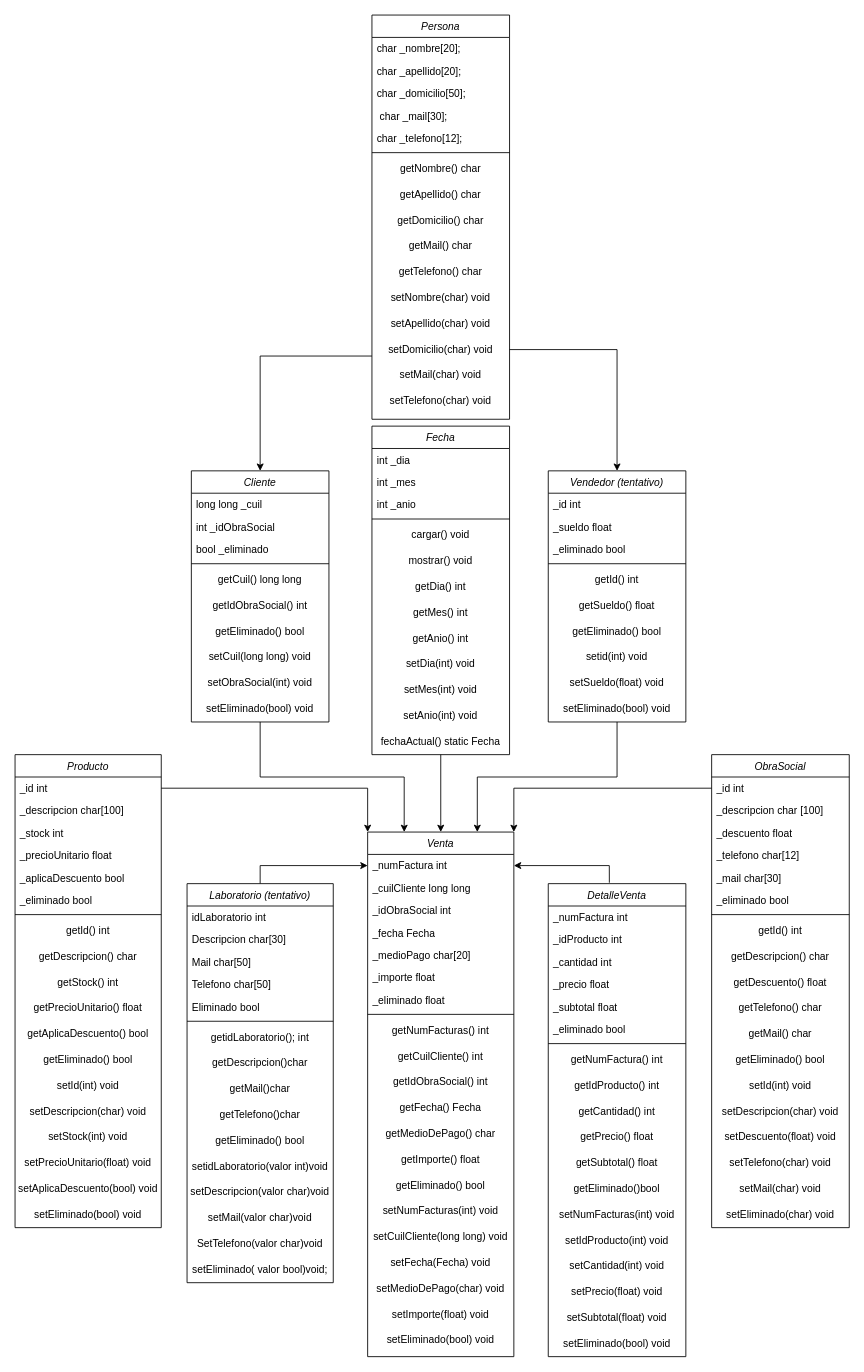
Before: DiagramaFarmaceutica.drawio in jiriberri/farmaceutica-utn, a draw.io diagram. Source tidied: cells renumbered, new cells numbered last; positions are measured from the earlier drawing's top-left corner, leaving out a move shared by most shapes. Both pictures are drawn from the tidied source at 86%, with x=0, y=0 at pixel (15, 15).
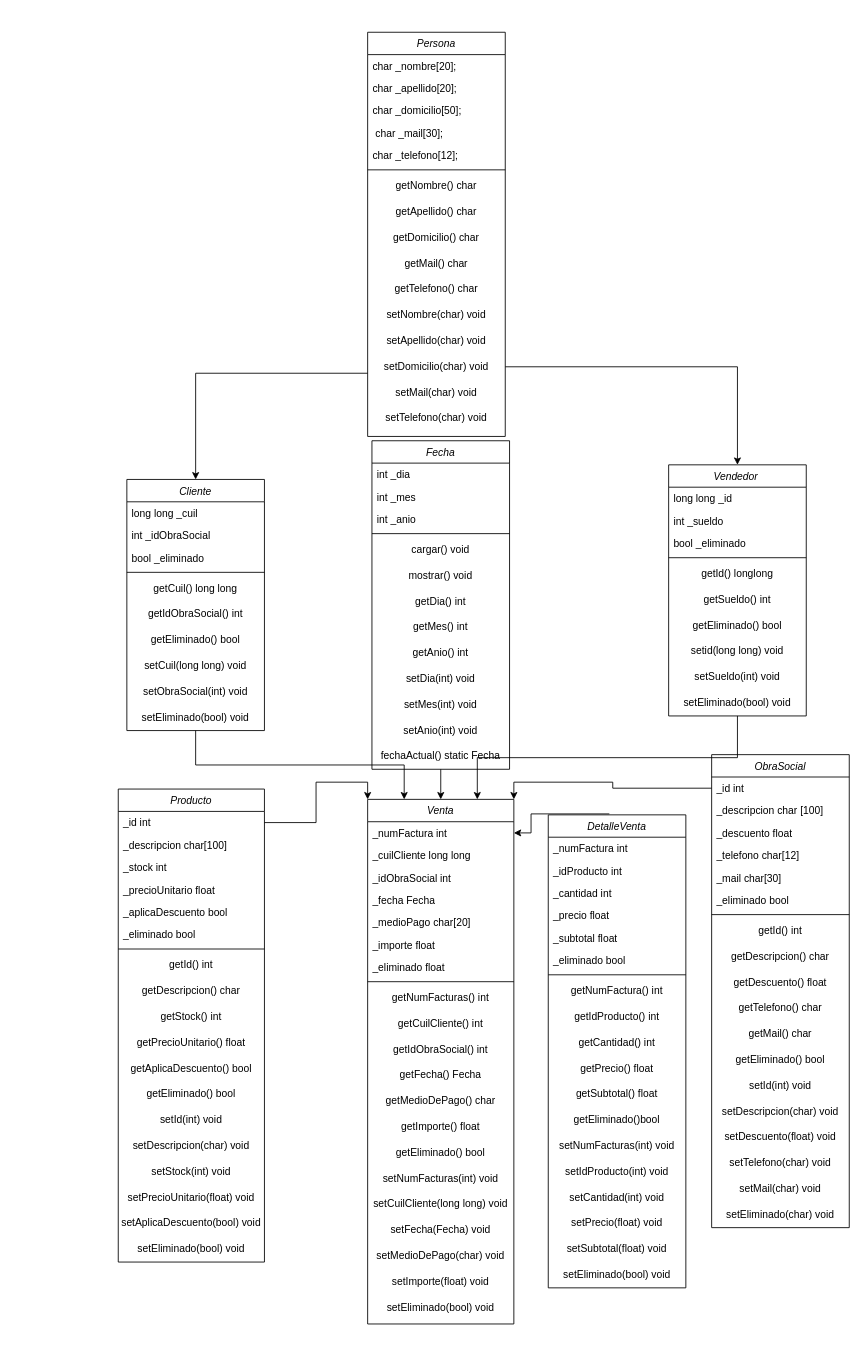
Above is the later version.

The change refers to these unchanged cells:
```xml
<mxCell id="121" value="_numFactura int" style="text;align=left;verticalAlign=top;spacingLeft=4;spacingRight=4;overflow=hidden;points=[[0,0.5],[1,0.5]];portConstraint=eastwest;rounded=0;shadow=0;html=0;" parent="120" vertex="1">
  <mxGeometry y="26" width="170" height="26" as="geometry" />
</mxCell>
```

The edit, as a diff of the source:
```diff
@@
     <mxCell id="2" value="Cliente" style="swimlane;fontStyle=2;align=center;verticalAlign=top;horizontal=1;startSize=26;rounded=0;shadow=0;strokeWidth=1;" parent="1" vertex="1">
-      <mxGeometry x="205" y="530" width="160" height="292" as="geometry" />
+      <mxGeometry x="130" y="540" width="160" height="292" as="geometry" />
     </mxCell>
@@
     <mxCell id="13" value="Persona" style="swimlane;fontStyle=2;align=center;verticalAlign=top;horizontal=1;startSize=26;rounded=0;shadow=0;strokeWidth=1;" parent="1" vertex="1">
-      <mxGeometry x="415" width="160" height="470" as="geometry" />
+      <mxGeometry x="410" y="20" width="160" height="470" as="geometry" />
     </mxCell>
@@
-    <mxCell id="50" value="Vendedor (tentativo)" style="swimlane;fontStyle=2;align=center;verticalAlign=top;horizontal=1;startSize=26;rounded=0;shadow=0;strokeWidth=1;" parent="1" vertex="1">
-      <mxGeometry x="620" y="530" width="160" height="292" as="geometry" />
+    <mxCell id="50" value="Vendedor " style="swimlane;fontStyle=2;align=center;verticalAlign=top;horizontal=1;startSize=26;rounded=0;shadow=0;strokeWidth=1;" parent="1" vertex="1">
+      <mxGeometry x="760" y="523" width="160" height="292" as="geometry" />
     </mxCell>
-    <mxCell id="51" value="_id int" style="text;align=left;verticalAlign=top;spacingLeft=4;spacingRight=4;overflow=hidden;rounded=0;shadow=0;html=0;" parent="50" vertex="1">
+    <mxCell id="51" value="long long _id" style="text;align=left;verticalAlign=top;spacingLeft=4;spacingRight=4;overflow=hidden;rounded=0;shadow=0;html=0;" parent="50" vertex="1">
       <mxGeometry y="26" width="160" height="26" as="geometry" />
     </mxCell>
-    <mxCell id="52" value="_sueldo float" style="text;align=left;verticalAlign=top;spacingLeft=4;spacingRight=4;overflow=hidden;rounded=0;shadow=0;html=0;" parent="50" vertex="1">
+    <mxCell id="52" value="int _sueldo " style="text;align=left;verticalAlign=top;spacingLeft=4;spacingRight=4;overflow=hidden;rounded=0;shadow=0;html=0;" parent="50" vertex="1">
       <mxGeometry y="52" width="160" height="26" as="geometry" />
     </mxCell>
-    <mxCell id="53" value="_eliminado bool" style="text;align=left;verticalAlign=top;spacingLeft=4;spacingRight=4;overflow=hidden;rounded=0;shadow=0;html=0;" parent="50" vertex="1">
+    <mxCell id="53" value="bool _eliminado " style="text;align=left;verticalAlign=top;spacingLeft=4;spacingRight=4;overflow=hidden;rounded=0;shadow=0;html=0;" parent="50" vertex="1">
       <mxGeometry y="78" width="160" height="26" as="geometry" />
     </mxCell>
@@
-    <mxCell id="55" value="getId() int" style="text;html=1;whiteSpace=wrap;strokeColor=none;fillColor=none;align=center;verticalAlign=middle;rounded=0;" parent="50" vertex="1">
+    <mxCell id="55" value="getId() longlong" style="text;html=1;whiteSpace=wrap;strokeColor=none;fillColor=none;align=center;verticalAlign=middle;rounded=0;" parent="50" vertex="1">
       <mxGeometry y="112" width="160" height="30" as="geometry" />
     </mxCell>
-    <mxCell id="56" value="getSueldo() float" style="text;html=1;whiteSpace=wrap;strokeColor=none;fillColor=none;align=center;verticalAlign=middle;rounded=0;" parent="50" vertex="1">
+    <mxCell id="56" value="getSueldo() int" style="text;html=1;whiteSpace=wrap;strokeColor=none;fillColor=none;align=center;verticalAlign=middle;rounded=0;" parent="50" vertex="1">
       <mxGeometry y="142" width="160" height="30" as="geometry" />
     </mxCell>
@@
-    <mxCell id="58" value="setid(int) void" style="text;html=1;whiteSpace=wrap;strokeColor=none;fillColor=none;align=center;verticalAlign=middle;rounded=0;" parent="50" vertex="1">
+    <mxCell id="58" value="setid(long long) void" style="text;html=1;whiteSpace=wrap;strokeColor=none;fillColor=none;align=center;verticalAlign=middle;rounded=0;" parent="50" vertex="1">
       <mxGeometry y="202" width="160" height="30" as="geometry" />
     </mxCell>
-    <mxCell id="59" value="setSueldo(float) void" style="text;html=1;whiteSpace=wrap;strokeColor=none;fillColor=none;align=center;verticalAlign=middle;rounded=0;" parent="50" vertex="1">
+    <mxCell id="59" value="setSueldo(int) void" style="text;html=1;whiteSpace=wrap;strokeColor=none;fillColor=none;align=center;verticalAlign=middle;rounded=0;" parent="50" vertex="1">
       <mxGeometry y="232" width="160" height="30" as="geometry" />
     </mxCell>
@@
     <mxCell id="61" value="Producto" style="swimlane;fontStyle=2;align=center;verticalAlign=top;horizontal=1;startSize=26;rounded=0;shadow=0;strokeWidth=1;" parent="1" vertex="1">
-      <mxGeometry y="860" width="170" height="550" as="geometry" />
+      <mxGeometry x="120" y="900" width="170" height="550" as="geometry" />
     </mxCell>
@@
     <mxCell id="82" value="DetalleVenta" style="swimlane;fontStyle=2;align=center;verticalAlign=top;horizontal=1;startSize=26;rounded=0;shadow=0;strokeWidth=1;" parent="1" vertex="1">
-      <mxGeometry x="620" y="1010" width="160" height="550" as="geometry" />
+      <mxGeometry x="620" y="930" width="160" height="550" as="geometry" />
     </mxCell>
@@
-    <mxCell id="102" style="edgeStyle=orthogonalEdgeStyle;rounded=0;jettySize=auto;html=1;exitX=0.5;exitY=0;exitDx=0;exitDy=0;entryX=0;entryY=0.5;entryDx=0;entryDy=0;" parent="1" edge="1" source="103" target="121">
-      <mxGeometry relative="1" as="geometry" />
-    </mxCell>
-    <mxCell id="103" value="Laboratorio (tentativo)" style="swimlane;fontStyle=2;align=center;verticalAlign=top;horizontal=1;startSize=26;rounded=0;shadow=0;strokeWidth=1;" parent="1" vertex="1">
-      <mxGeometry x="200" y="1010" width="170" height="464" as="geometry" />
-    </mxCell>
-    <mxCell id="104" value="idLaboratorio int" style="text;align=left;verticalAlign=top;spacingLeft=4;spacingRight=4;overflow=hidden;rounded=0;shadow=0;html=0;" parent="103" vertex="1">
-      <mxGeometry y="26" width="170" height="26" as="geometry" />
-    </mxCell>
-    <mxCell id="105" value="Descripcion char[30]" style="text;align=left;verticalAlign=top;spacingLeft=4;spacingRight=4;overflow=hidden;rounded=0;shadow=0;html=0;" parent="103" vertex="1">
-      <mxGeometry y="52" width="170" height="26" as="geometry" />
-    </mxCell>
-    <mxCell id="106" value="Mail char[50]" style="text;align=left;verticalAlign=top;spacingLeft=4;spacingRight=4;overflow=hidden;rounded=0;shadow=0;html=0;" parent="103" vertex="1">
-      <mxGeometry y="78" width="170" height="26" as="geometry" />
-    </mxCell>
-    <mxCell id="107" value="Telefono char[50]" style="text;align=left;verticalAlign=top;spacingLeft=4;spacingRight=4;overflow=hidden;rounded=0;shadow=0;html=0;" parent="103" vertex="1">
-      <mxGeometry y="104" width="170" height="26" as="geometry" />
-    </mxCell>
-    <mxCell id="108" value="Eliminado bool" style="text;align=left;verticalAlign=top;spacingLeft=4;spacingRight=4;overflow=hidden;rounded=0;shadow=0;html=0;" parent="103" vertex="1">
-      <mxGeometry y="130" width="170" height="26" as="geometry" />
-    </mxCell>
-    <mxCell id="109" style="line;html=1;strokeWidth=1;align=left;verticalAlign=middle;spacingTop=-1;spacingLeft=3;spacingRight=3;labelPosition=right;" parent="103" vertex="1">
-      <mxGeometry y="156" width="170" height="8" as="geometry" />
-    </mxCell>
-    <mxCell id="110" value="getidLaboratorio(); int" style="text;html=1;whiteSpace=wrap;strokeColor=none;fillColor=none;align=center;verticalAlign=middle;rounded=0;" parent="103" vertex="1">
-      <mxGeometry y="164" width="170" height="30" as="geometry" />
-    </mxCell>
-    <mxCell id="111" value="getDescripcion()char" style="text;html=1;whiteSpace=wrap;strokeColor=none;fillColor=none;align=center;verticalAlign=middle;rounded=0;" parent="103" vertex="1">
-      <mxGeometry y="194" width="170" height="30" as="geometry" />
-    </mxCell>
-    <mxCell id="112" value="getMail()char" style="text;html=1;whiteSpace=wrap;strokeColor=none;fillColor=none;align=center;verticalAlign=middle;rounded=0;" parent="103" vertex="1">
-      <mxGeometry y="224" width="170" height="30" as="geometry" />
-    </mxCell>
-    <mxCell id="113" value="getTelefono()char" style="text;html=1;whiteSpace=wrap;strokeColor=none;fillColor=none;align=center;verticalAlign=middle;rounded=0;" parent="103" vertex="1">
-      <mxGeometry y="254" width="170" height="30" as="geometry" />
-    </mxCell>
-    <mxCell id="114" value="getEliminado() bool" style="text;html=1;whiteSpace=wrap;strokeColor=none;fillColor=none;align=center;verticalAlign=middle;rounded=0;" parent="103" vertex="1">
-      <mxGeometry y="284" width="170" height="30" as="geometry" />
-    </mxCell>
-    <mxCell id="115" value="setidLaboratorio(valor int)void" style="text;html=1;whiteSpace=wrap;strokeColor=none;fillColor=none;align=center;verticalAlign=middle;rounded=0;" parent="103" vertex="1">
-      <mxGeometry y="314" width="170" height="30" as="geometry" />
-    </mxCell>
-    <mxCell id="116" value="setDescripcion(valor char)void" style="text;html=1;whiteSpace=wrap;strokeColor=none;fillColor=none;align=center;verticalAlign=middle;rounded=0;" parent="103" vertex="1">
-      <mxGeometry y="344" width="170" height="30" as="geometry" />
-    </mxCell>
-    <mxCell id="117" value="setMail(valor char)void" style="text;html=1;whiteSpace=wrap;strokeColor=none;fillColor=none;align=center;verticalAlign=middle;rounded=0;" parent="103" vertex="1">
-      <mxGeometry y="374" width="170" height="30" as="geometry" />
-    </mxCell>
-    <mxCell id="118" value="SetTelefono(valor char)void" style="text;html=1;whiteSpace=wrap;strokeColor=none;fillColor=none;align=center;verticalAlign=middle;rounded=0;" parent="103" vertex="1">
-      <mxGeometry y="404" width="170" height="30" as="geometry" />
-    </mxCell>
-    <mxCell id="119" value="setEliminado( valor bool)void;" style="text;html=1;whiteSpace=wrap;strokeColor=none;fillColor=none;align=center;verticalAlign=middle;rounded=0;" parent="103" vertex="1">
-      <mxGeometry y="434" width="170" height="30" as="geometry" />
-    </mxCell>
     <mxCell id="120" value="Venta" style="swimlane;fontStyle=2;align=center;verticalAlign=top;horizontal=1;startSize=26;rounded=0;shadow=0;strokeWidth=1;" parent="1" vertex="1">
-      <mxGeometry x="410" y="950" width="170" height="610" as="geometry" />
+      <mxGeometry x="410" y="912" width="170" height="610" as="geometry" />
     </mxCell>
@@
     <mxCell id="148" value="Fecha" style="swimlane;fontStyle=2;align=center;verticalAlign=top;horizontal=1;startSize=26;rounded=0;shadow=0;strokeWidth=1;" parent="1" vertex="1">
-      <mxGeometry x="415" y="478" width="160" height="382" as="geometry" />
+      <mxGeometry x="415" y="495" width="160" height="382" as="geometry" />
     </mxCell>
```
